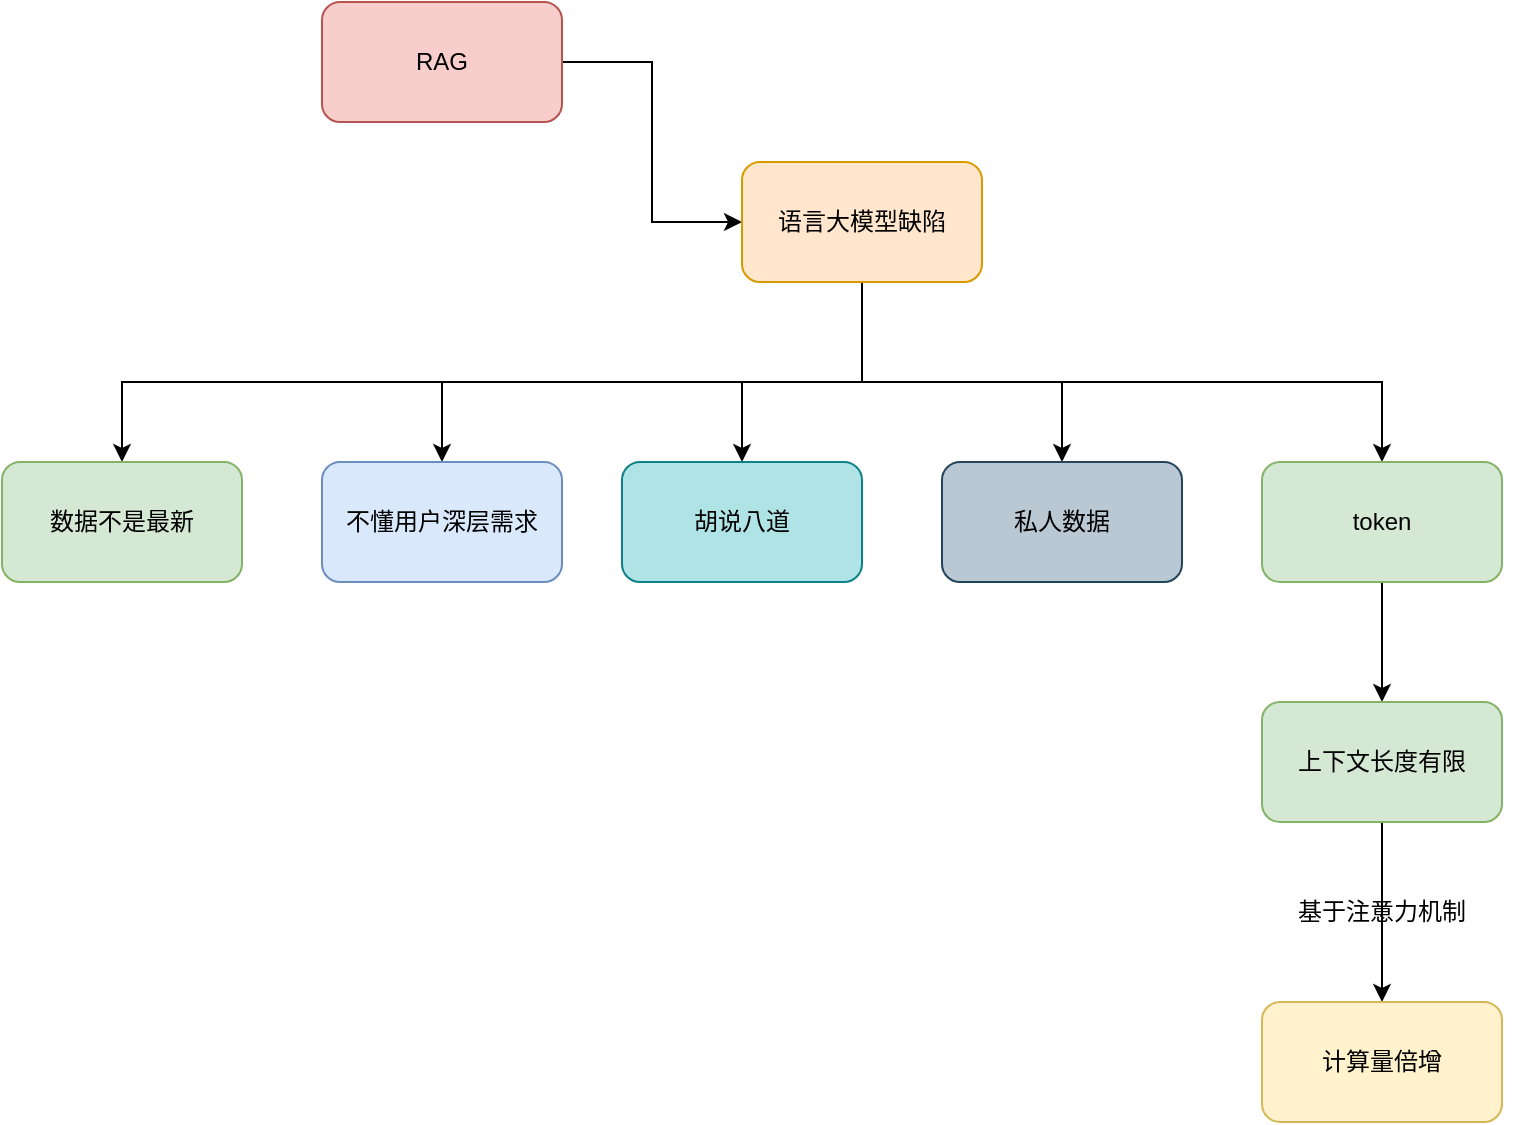
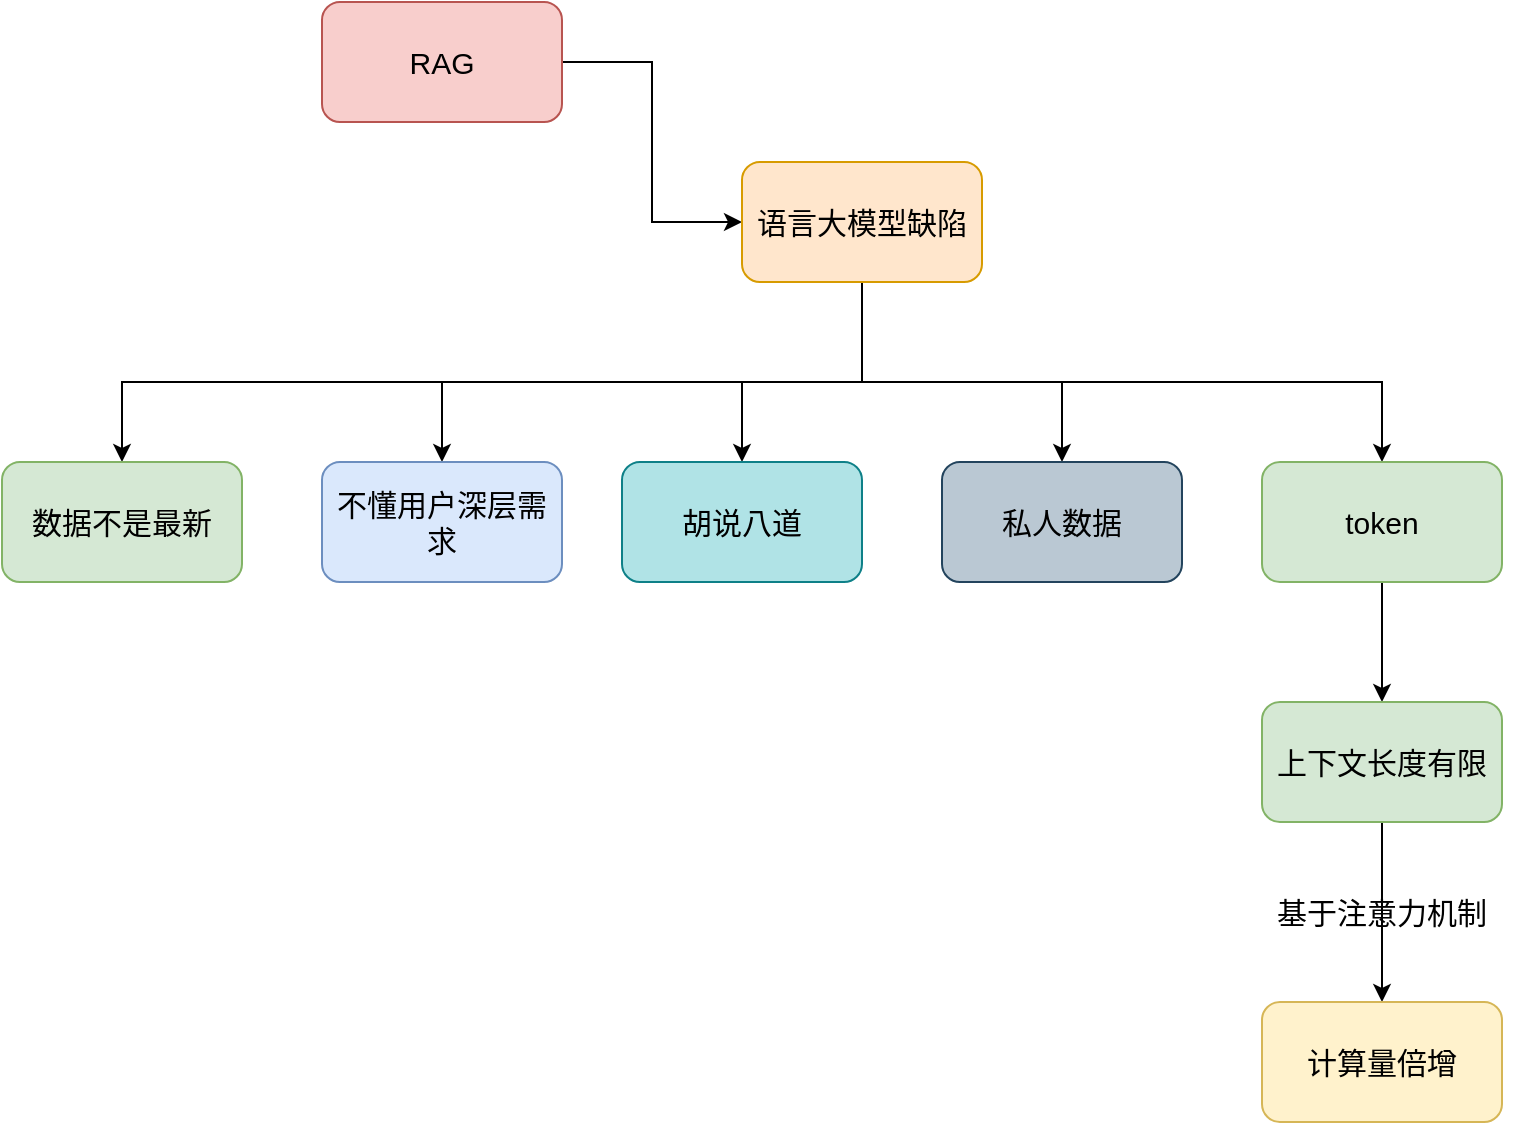
<mxfile host="app.diagrams.net">
  <diagram name="第 1 页" id="C1UXl3RI-0u5TosqB3D1">
    <mxGraphModel dx="1030" dy="569" grid="1" gridSize="10" guides="1" tooltips="1" connect="1" arrows="1" fold="1" page="1" pageScale="1" pageWidth="827" pageHeight="1169" math="0" shadow="0">
      <root>
        <mxCell id="0" />
        <mxCell id="1" parent="0" />
-         <mxCell id="IXoJGQ1K-5Z_JoZ640mi-1" edge="1" parent="1" source="UQ7rByI2wm6I-29Dq2hl-1" style="edgeStyle=orthogonalEdgeStyle;rounded=0;orthogonalLoop=1;jettySize=auto;html=1;entryX=0;entryY=0.5;entryDx=0;entryDy=0;" target="UQ7rByI2wm6I-29Dq2hl-2">
+         <mxCell id="IXoJGQ1K-5Z_JoZ640mi-1" edge="1" parent="1" source="UQ7rByI2wm6I-29Dq2hl-1" style="edgeStyle=orthogonalEdgeStyle;rounded=0;orthogonalLoop=1;jettySize=auto;html=1;entryX=0;entryY=0.5;entryDx=0;entryDy=0;fontSize=15;" target="UQ7rByI2wm6I-29Dq2hl-2">
          <mxGeometry relative="1" as="geometry" />
        </mxCell>
-         <mxCell id="UQ7rByI2wm6I-29Dq2hl-1" parent="1" style="rounded=1;whiteSpace=wrap;html=1;fillColor=#f8cecc;strokeColor=#b85450;" value="RAG" vertex="1">
+         <mxCell id="UQ7rByI2wm6I-29Dq2hl-1" parent="1" style="rounded=1;whiteSpace=wrap;html=1;fillColor=#f8cecc;strokeColor=#b85450;fontSize=15;" value="RAG" vertex="1">
          <mxGeometry height="60" width="120" x="160" y="80" as="geometry" />
        </mxCell>
-         <mxCell id="IXoJGQ1K-5Z_JoZ640mi-2" edge="1" parent="1" style="edgeStyle=orthogonalEdgeStyle;rounded=0;orthogonalLoop=1;jettySize=auto;html=1;entryX=0.5;entryY=0;entryDx=0;entryDy=0;" target="UQ7rByI2wm6I-29Dq2hl-3">
+         <mxCell id="IXoJGQ1K-5Z_JoZ640mi-2" edge="1" parent="1" style="edgeStyle=orthogonalEdgeStyle;rounded=0;orthogonalLoop=1;jettySize=auto;html=1;entryX=0.5;entryY=0;entryDx=0;entryDy=0;fontSize=15;" target="UQ7rByI2wm6I-29Dq2hl-3">
          <mxGeometry relative="1" as="geometry">
            <Array as="points">
              <mxPoint x="430" y="270" />
              <mxPoint x="60" y="270" />
            </Array>
            <mxPoint x="430" y="230" as="sourcePoint" />
            <mxPoint x="60" y="290" as="targetPoint" />
          </mxGeometry>
        </mxCell>
-         <mxCell id="IXoJGQ1K-5Z_JoZ640mi-3" edge="1" parent="1" source="UQ7rByI2wm6I-29Dq2hl-2" style="edgeStyle=orthogonalEdgeStyle;rounded=0;orthogonalLoop=1;jettySize=auto;html=1;" target="UQ7rByI2wm6I-29Dq2hl-4">
+         <mxCell id="IXoJGQ1K-5Z_JoZ640mi-3" edge="1" parent="1" source="UQ7rByI2wm6I-29Dq2hl-2" style="edgeStyle=orthogonalEdgeStyle;rounded=0;orthogonalLoop=1;jettySize=auto;html=1;fontSize=15;" target="UQ7rByI2wm6I-29Dq2hl-4">
          <mxGeometry relative="1" as="geometry">
            <Array as="points">
              <mxPoint x="430" y="270" />
              <mxPoint x="220" y="270" />
            </Array>
          </mxGeometry>
        </mxCell>
-         <mxCell id="IXoJGQ1K-5Z_JoZ640mi-4" edge="1" parent="1" source="UQ7rByI2wm6I-29Dq2hl-2" style="edgeStyle=orthogonalEdgeStyle;rounded=0;orthogonalLoop=1;jettySize=auto;html=1;entryX=0.5;entryY=0;entryDx=0;entryDy=0;" target="UQ7rByI2wm6I-29Dq2hl-5">
+         <mxCell id="IXoJGQ1K-5Z_JoZ640mi-4" edge="1" parent="1" source="UQ7rByI2wm6I-29Dq2hl-2" style="edgeStyle=orthogonalEdgeStyle;rounded=0;orthogonalLoop=1;jettySize=auto;html=1;entryX=0.5;entryY=0;entryDx=0;entryDy=0;fontSize=15;" target="UQ7rByI2wm6I-29Dq2hl-5">
          <mxGeometry relative="1" as="geometry">
            <Array as="points">
              <mxPoint x="430" y="270" />
              <mxPoint x="370" y="270" />
            </Array>
          </mxGeometry>
        </mxCell>
-         <mxCell id="IXoJGQ1K-5Z_JoZ640mi-5" edge="1" parent="1" source="UQ7rByI2wm6I-29Dq2hl-2" style="edgeStyle=orthogonalEdgeStyle;rounded=0;orthogonalLoop=1;jettySize=auto;html=1;entryX=0.5;entryY=0;entryDx=0;entryDy=0;" target="UQ7rByI2wm6I-29Dq2hl-6">
+         <mxCell id="IXoJGQ1K-5Z_JoZ640mi-5" edge="1" parent="1" source="UQ7rByI2wm6I-29Dq2hl-2" style="edgeStyle=orthogonalEdgeStyle;rounded=0;orthogonalLoop=1;jettySize=auto;html=1;entryX=0.5;entryY=0;entryDx=0;entryDy=0;fontSize=15;" target="UQ7rByI2wm6I-29Dq2hl-6">
          <mxGeometry relative="1" as="geometry">
            <Array as="points">
              <mxPoint x="430" y="270" />
              <mxPoint x="530" y="270" />
            </Array>
          </mxGeometry>
        </mxCell>
-         <mxCell id="IXoJGQ1K-5Z_JoZ640mi-6" edge="1" parent="1" source="UQ7rByI2wm6I-29Dq2hl-2" style="edgeStyle=orthogonalEdgeStyle;rounded=0;orthogonalLoop=1;jettySize=auto;html=1;entryX=0.5;entryY=0;entryDx=0;entryDy=0;" target="UQ7rByI2wm6I-29Dq2hl-7">
+         <mxCell id="IXoJGQ1K-5Z_JoZ640mi-6" edge="1" parent="1" source="UQ7rByI2wm6I-29Dq2hl-2" style="edgeStyle=orthogonalEdgeStyle;rounded=0;orthogonalLoop=1;jettySize=auto;html=1;entryX=0.5;entryY=0;entryDx=0;entryDy=0;fontSize=15;" target="UQ7rByI2wm6I-29Dq2hl-7">
          <mxGeometry relative="1" as="geometry">
            <Array as="points">
              <mxPoint x="430" y="270" />
              <mxPoint x="690" y="270" />
            </Array>
          </mxGeometry>
        </mxCell>
-         <mxCell id="UQ7rByI2wm6I-29Dq2hl-2" parent="1" style="rounded=1;whiteSpace=wrap;html=1;fillColor=#ffe6cc;strokeColor=#d79b00;" value="语言大模型缺陷" vertex="1">
+         <mxCell id="UQ7rByI2wm6I-29Dq2hl-2" parent="1" style="rounded=1;whiteSpace=wrap;html=1;fillColor=#ffe6cc;strokeColor=#d79b00;fontSize=15;" value="语言大模型缺陷" vertex="1">
          <mxGeometry height="60" width="120" x="370" y="160" as="geometry" />
        </mxCell>
-         <mxCell id="UQ7rByI2wm6I-29Dq2hl-3" parent="1" style="rounded=1;whiteSpace=wrap;html=1;fillColor=#d5e8d4;strokeColor=#82b366;" value="数据不是最新" vertex="1">
+         <mxCell id="UQ7rByI2wm6I-29Dq2hl-3" parent="1" style="rounded=1;whiteSpace=wrap;html=1;fillColor=#d5e8d4;strokeColor=#82b366;fontSize=15;" value="数据不是最新" vertex="1">
          <mxGeometry height="60" width="120" y="310" as="geometry" />
        </mxCell>
-         <mxCell id="UQ7rByI2wm6I-29Dq2hl-4" parent="1" style="rounded=1;whiteSpace=wrap;html=1;fillColor=#dae8fc;strokeColor=#6c8ebf;" value="不懂用户深层需求" vertex="1">
+         <mxCell id="UQ7rByI2wm6I-29Dq2hl-4" parent="1" style="rounded=1;whiteSpace=wrap;html=1;fillColor=#dae8fc;strokeColor=#6c8ebf;fontSize=15;" value="不懂用户深层需求" vertex="1">
          <mxGeometry height="60" width="120" x="160" y="310" as="geometry" />
        </mxCell>
-         <mxCell id="UQ7rByI2wm6I-29Dq2hl-5" parent="1" style="rounded=1;whiteSpace=wrap;html=1;fillColor=#b0e3e6;strokeColor=#0e8088;" value="胡说八道" vertex="1">
+         <mxCell id="UQ7rByI2wm6I-29Dq2hl-5" parent="1" style="rounded=1;whiteSpace=wrap;html=1;fillColor=#b0e3e6;strokeColor=#0e8088;fontSize=15;" value="胡说八道" vertex="1">
          <mxGeometry height="60" width="120" x="310" y="310" as="geometry" />
        </mxCell>
-         <mxCell id="UQ7rByI2wm6I-29Dq2hl-6" parent="1" style="rounded=1;whiteSpace=wrap;html=1;fillColor=#bac8d3;strokeColor=#23445d;" value="私人数据" vertex="1">
+         <mxCell id="UQ7rByI2wm6I-29Dq2hl-6" parent="1" style="rounded=1;whiteSpace=wrap;html=1;fillColor=#bac8d3;strokeColor=#23445d;fontSize=15;" value="私人数据" vertex="1">
          <mxGeometry height="60" width="120" x="470" y="310" as="geometry" />
        </mxCell>
-         <mxCell id="IXoJGQ1K-5Z_JoZ640mi-7" edge="1" parent="1" source="UQ7rByI2wm6I-29Dq2hl-7" style="edgeStyle=orthogonalEdgeStyle;rounded=0;orthogonalLoop=1;jettySize=auto;html=1;entryX=0.5;entryY=0;entryDx=0;entryDy=0;" target="UQ7rByI2wm6I-29Dq2hl-8">
+         <mxCell id="IXoJGQ1K-5Z_JoZ640mi-7" edge="1" parent="1" source="UQ7rByI2wm6I-29Dq2hl-7" style="edgeStyle=orthogonalEdgeStyle;rounded=0;orthogonalLoop=1;jettySize=auto;html=1;entryX=0.5;entryY=0;entryDx=0;entryDy=0;fontSize=15;" target="UQ7rByI2wm6I-29Dq2hl-8">
          <mxGeometry relative="1" as="geometry" />
        </mxCell>
-         <mxCell id="UQ7rByI2wm6I-29Dq2hl-7" parent="1" style="rounded=1;whiteSpace=wrap;html=1;fillColor=#d5e8d4;strokeColor=#82b366;" value="token" vertex="1">
+         <mxCell id="UQ7rByI2wm6I-29Dq2hl-7" parent="1" style="rounded=1;whiteSpace=wrap;html=1;fillColor=#d5e8d4;strokeColor=#82b366;fontSize=15;" value="token" vertex="1">
          <mxGeometry height="60" width="120" x="630" y="310" as="geometry" />
        </mxCell>
-         <mxCell id="IXoJGQ1K-5Z_JoZ640mi-8" edge="1" parent="1" source="UQ7rByI2wm6I-29Dq2hl-8" style="edgeStyle=orthogonalEdgeStyle;rounded=0;orthogonalLoop=1;jettySize=auto;html=1;entryX=0.5;entryY=0;entryDx=0;entryDy=0;" target="UQ7rByI2wm6I-29Dq2hl-9">
+         <mxCell id="IXoJGQ1K-5Z_JoZ640mi-8" edge="1" parent="1" source="UQ7rByI2wm6I-29Dq2hl-8" style="edgeStyle=orthogonalEdgeStyle;rounded=0;orthogonalLoop=1;jettySize=auto;html=1;entryX=0.5;entryY=0;entryDx=0;entryDy=0;fontSize=15;" target="UQ7rByI2wm6I-29Dq2hl-9">
          <mxGeometry relative="1" as="geometry" />
        </mxCell>
-         <mxCell id="UQ7rByI2wm6I-29Dq2hl-8" parent="1" style="rounded=1;whiteSpace=wrap;html=1;fillColor=#d5e8d4;strokeColor=#82b366;" value="上下文长度有限" vertex="1">
+         <mxCell id="UQ7rByI2wm6I-29Dq2hl-8" parent="1" style="rounded=1;whiteSpace=wrap;html=1;fillColor=#d5e8d4;strokeColor=#82b366;fontSize=15;" value="上下文长度有限" vertex="1">
          <mxGeometry height="60" width="120" x="630" y="430" as="geometry" />
        </mxCell>
-         <mxCell id="UQ7rByI2wm6I-29Dq2hl-9" parent="1" style="rounded=1;whiteSpace=wrap;html=1;fillColor=#fff2cc;strokeColor=#d6b656;" value="计算量倍增" vertex="1">
+         <mxCell id="UQ7rByI2wm6I-29Dq2hl-9" parent="1" style="rounded=1;whiteSpace=wrap;html=1;fillColor=#fff2cc;strokeColor=#d6b656;fontSize=15;" value="计算量倍增" vertex="1">
          <mxGeometry height="60" width="120" x="630" y="580" as="geometry" />
        </mxCell>
-         <mxCell id="IXoJGQ1K-5Z_JoZ640mi-9" parent="1" style="text;html=1;whiteSpace=wrap;strokeColor=none;fillColor=none;align=center;verticalAlign=middle;rounded=0;" value="基于注意力机制" vertex="1">
+         <mxCell id="IXoJGQ1K-5Z_JoZ640mi-9" parent="1" style="text;html=1;whiteSpace=wrap;strokeColor=none;fillColor=none;align=center;verticalAlign=middle;rounded=0;fontSize=15;" value="基于注意力机制" vertex="1">
          <mxGeometry height="30" width="140" x="620" y="520" as="geometry" />
        </mxCell>
      </root>
    </mxGraphModel>
  </diagram>
</mxfile>
